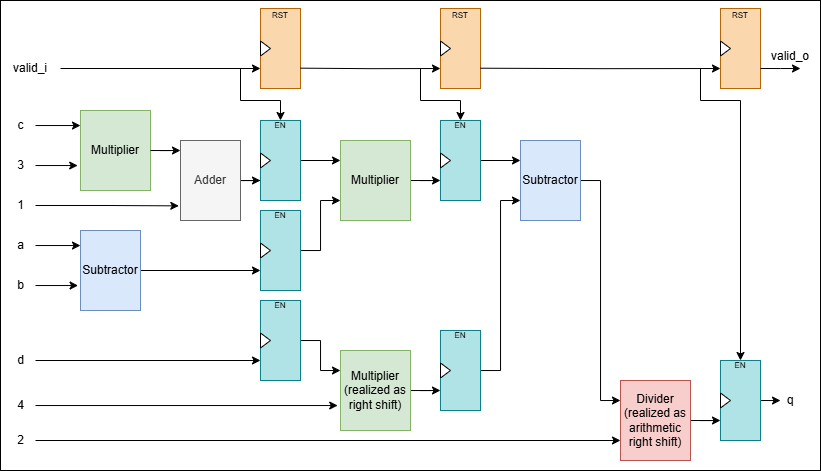
Earlier version of the draw.io export diagram/math_equation_diagram.png (olzhasnurman/math_equation). Source tidied: cells renumbered, new cells last; positions are measured from the earlier drawing's top-left corner, leaving out a move shared by most shapes. Its diagram source:
```xml
<mxGraphModel>
  <root>
    <mxCell id="0" />
    <mxCell id="1" parent="0" />
    <mxCell id="2" style="rounded=0;whiteSpace=wrap;html=1;" parent="1" vertex="1">
      <mxGeometry width="820" height="470" as="geometry" />
    </mxCell>
    <mxCell id="3" value="Multiplier" style="rounded=0;whiteSpace=wrap;html=1;fillColor=#d5e8d4;strokeColor=#82b366;" parent="1" vertex="1">
      <mxGeometry x="80" y="110" width="70" height="80" as="geometry" />
    </mxCell>
    <mxCell id="4" value="c" style="text;html=1;align=center;verticalAlign=middle;points=[];strokeColor=none;fillColor=none;" parent="1" vertex="1">
      <mxGeometry x="5" y="110" width="30" height="30" as="geometry" />
    </mxCell>
    <mxCell id="5" value="3" style="text;html=1;align=center;verticalAlign=middle;points=[];strokeColor=none;fillColor=none;" parent="1" vertex="1">
      <mxGeometry x="5" y="150" width="30" height="30" as="geometry" />
    </mxCell>
    <mxCell id="6" style="edgeStyle=orthogonalEdgeStyle;rounded=0;jettySize=auto;html=1;entryX=0;entryY=0.188;entryDx=0;entryDy=0;entryPerimeter=0;" parent="1" edge="1" source="4" target="3">
      <mxGeometry relative="1" as="geometry" />
    </mxCell>
    <mxCell id="7" style="edgeStyle=orthogonalEdgeStyle;rounded=0;jettySize=auto;html=1;entryX=-0.04;entryY=0.688;entryDx=0;entryDy=0;entryPerimeter=0;" parent="1" edge="1" source="5" target="3">
      <mxGeometry relative="1" as="geometry" />
    </mxCell>
    <mxCell id="8" style="edgeStyle=orthogonalEdgeStyle;rounded=0;jettySize=auto;html=1;entryX=0;entryY=0.75;entryDx=0;entryDy=0;" parent="1" edge="1" source="9" target="41">
      <mxGeometry relative="1" as="geometry" />
    </mxCell>
    <mxCell id="9" value="Subtractor" style="rounded=0;whiteSpace=wrap;html=1;fillColor=#dae8fc;strokeColor=#6c8ebf;" parent="1" vertex="1">
      <mxGeometry x="80" y="230" width="60" height="80" as="geometry" />
    </mxCell>
    <mxCell id="10" value="a" style="text;html=1;align=center;verticalAlign=middle;points=[];strokeColor=none;fillColor=none;" parent="1" vertex="1">
      <mxGeometry x="5" y="230" width="30" height="30" as="geometry" />
    </mxCell>
    <mxCell id="11" value="b" style="text;html=1;align=center;verticalAlign=middle;points=[];strokeColor=none;fillColor=none;" parent="1" vertex="1">
      <mxGeometry x="5" y="270" width="30" height="30" as="geometry" />
    </mxCell>
    <mxCell id="12" style="edgeStyle=orthogonalEdgeStyle;rounded=0;jettySize=auto;html=1;entryX=0;entryY=0.188;entryDx=0;entryDy=0;entryPerimeter=0;" parent="1" edge="1" source="10" target="9">
      <mxGeometry relative="1" as="geometry" />
    </mxCell>
    <mxCell id="13" style="edgeStyle=orthogonalEdgeStyle;rounded=0;jettySize=auto;html=1;entryX=-0.04;entryY=0.688;entryDx=0;entryDy=0;entryPerimeter=0;" parent="1" edge="1" source="11" target="9">
      <mxGeometry relative="1" as="geometry" />
    </mxCell>
    <mxCell id="14" style="edgeStyle=orthogonalEdgeStyle;rounded=0;jettySize=auto;html=1;entryX=0;entryY=0.75;entryDx=0;entryDy=0;" parent="1" edge="1" source="15" target="49">
      <mxGeometry relative="1" as="geometry" />
    </mxCell>
    <mxCell id="15" value="Multiplier" style="rounded=0;whiteSpace=wrap;html=1;fillColor=#d5e8d4;strokeColor=#82b366;" parent="1" vertex="1">
      <mxGeometry x="340" y="140" width="70" height="80" as="geometry" />
    </mxCell>
    <mxCell id="16" style="edgeStyle=orthogonalEdgeStyle;rounded=0;jettySize=auto;html=1;entryX=0;entryY=0.75;entryDx=0;entryDy=0;" parent="1" edge="1" source="17" target="34">
      <mxGeometry relative="1" as="geometry" />
    </mxCell>
    <mxCell id="17" value="Adder" style="rounded=0;whiteSpace=wrap;html=1;fillColor=#f5f5f5;strokeColor=#666666;fontColor=#333333;" parent="1" vertex="1">
      <mxGeometry x="180" y="140" width="60" height="80" as="geometry" />
    </mxCell>
    <mxCell id="18" value="1" style="text;html=1;align=center;verticalAlign=middle;points=[];strokeColor=none;fillColor=none;" parent="1" vertex="1">
      <mxGeometry x="5" y="190" width="30" height="30" as="geometry" />
    </mxCell>
    <mxCell id="19" style="edgeStyle=orthogonalEdgeStyle;rounded=0;jettySize=auto;html=1;entryX=-0.028;entryY=0.817;entryDx=0;entryDy=0;entryPerimeter=0;" parent="1" edge="1" source="18" target="17">
      <mxGeometry relative="1" as="geometry" />
    </mxCell>
    <mxCell id="20" style="edgeStyle=orthogonalEdgeStyle;rounded=0;jettySize=auto;html=1;entryX=0;entryY=0.125;entryDx=0;entryDy=0;entryPerimeter=0;" parent="1" edge="1" source="3" target="17">
      <mxGeometry relative="1" as="geometry" />
    </mxCell>
    <mxCell id="21" style="edgeStyle=orthogonalEdgeStyle;rounded=0;jettySize=auto;html=1;entryX=0;entryY=0.75;entryDx=0;entryDy=0;" parent="1" edge="1" source="22" target="53">
      <mxGeometry relative="1" as="geometry" />
    </mxCell>
    <mxCell id="22" value="Multiplier&lt;div&gt;(realized as&lt;/div&gt;&lt;div&gt;right shift)&lt;/div&gt;" style="rounded=0;whiteSpace=wrap;html=1;fillColor=#d5e8d4;strokeColor=#82b366;" parent="1" vertex="1">
      <mxGeometry x="340" y="350" width="70" height="80" as="geometry" />
    </mxCell>
    <mxCell id="23" style="edgeStyle=orthogonalEdgeStyle;rounded=0;jettySize=auto;html=1;entryX=0;entryY=0.75;entryDx=0;entryDy=0;" parent="1" edge="1" source="24" target="45">
      <mxGeometry relative="1" as="geometry" />
    </mxCell>
    <mxCell id="24" value="d" style="text;html=1;align=center;verticalAlign=middle;points=[];strokeColor=none;fillColor=none;" parent="1" vertex="1">
      <mxGeometry x="5" y="345" width="30" height="30" as="geometry" />
    </mxCell>
    <mxCell id="25" value="4" style="text;html=1;align=center;verticalAlign=middle;points=[];strokeColor=none;fillColor=none;" parent="1" vertex="1">
      <mxGeometry x="5" y="390" width="30" height="30" as="geometry" />
    </mxCell>
    <mxCell id="26" style="edgeStyle=orthogonalEdgeStyle;rounded=0;jettySize=auto;html=1;entryX=-0.04;entryY=0.688;entryDx=0;entryDy=0;entryPerimeter=0;" parent="1" edge="1" source="25" target="22">
      <mxGeometry relative="1" as="geometry" />
    </mxCell>
    <mxCell id="27" style="edgeStyle=orthogonalEdgeStyle;rounded=0;jettySize=auto;html=1;entryX=0;entryY=0.25;entryDx=0;entryDy=0;" parent="1" edge="1" source="28" target="30">
      <mxGeometry relative="1" as="geometry" />
    </mxCell>
    <mxCell id="28" value="Subtractor" style="rounded=0;whiteSpace=wrap;html=1;fillColor=#dae8fc;strokeColor=#6c8ebf;" parent="1" vertex="1">
      <mxGeometry x="520" y="140" width="60" height="80" as="geometry" />
    </mxCell>
    <mxCell id="29" style="edgeStyle=orthogonalEdgeStyle;rounded=0;jettySize=auto;html=1;entryX=0;entryY=0.75;entryDx=0;entryDy=0;" parent="1" edge="1" source="30" target="63">
      <mxGeometry relative="1" as="geometry" />
    </mxCell>
    <mxCell id="30" value="&lt;div&gt;Divider&lt;/div&gt;&lt;div&gt;(realized as&lt;/div&gt;&lt;div&gt;arithmetic&lt;/div&gt;&lt;div&gt;right shift)&lt;/div&gt;" style="rounded=0;whiteSpace=wrap;html=1;fillColor=#f8cecc;strokeColor=#b85450;" parent="1" vertex="1">
      <mxGeometry x="620" y="380" width="70" height="80" as="geometry" />
    </mxCell>
    <mxCell id="31" style="edgeStyle=orthogonalEdgeStyle;rounded=0;jettySize=auto;html=1;entryX=0;entryY=0.75;entryDx=0;entryDy=0;" parent="1" edge="1" source="32" target="30">
      <mxGeometry relative="1" as="geometry" />
    </mxCell>
    <mxCell id="32" value="2" style="text;html=1;align=center;verticalAlign=middle;points=[];strokeColor=none;fillColor=none;" parent="1" vertex="1">
      <mxGeometry x="5" y="425" width="30" height="30" as="geometry" />
    </mxCell>
    <mxCell id="33" style="edgeStyle=orthogonalEdgeStyle;rounded=0;jettySize=auto;html=1;entryX=0;entryY=0.25;entryDx=0;entryDy=0;" parent="1" edge="1" source="34" target="15">
      <mxGeometry relative="1" as="geometry" />
    </mxCell>
    <mxCell id="34" style="rounded=0;whiteSpace=wrap;html=1;fillColor=#b0e3e6;strokeColor=#0e8088;" parent="1" vertex="1">
      <mxGeometry x="260" y="120" width="40" height="80" as="geometry" />
    </mxCell>
    <mxCell id="35" style="triangle;whiteSpace=wrap;html=1;" parent="1" vertex="1">
      <mxGeometry x="260" y="152.5" width="10" height="15" as="geometry" />
    </mxCell>
    <mxCell id="36" value="&lt;font&gt;EN&lt;/font&gt;" style="text;html=1;align=center;verticalAlign=middle;whiteSpace=wrap;rounded=0;fontSize=8;" parent="1" vertex="1">
      <mxGeometry x="250" y="110" width="60" height="30" as="geometry" />
    </mxCell>
    <mxCell id="37" style="rounded=0;whiteSpace=wrap;html=1;fillColor=#fad7ac;strokeColor=#b46504;" parent="1" vertex="1">
      <mxGeometry x="260" y="8" width="40" height="80" as="geometry" />
    </mxCell>
    <mxCell id="38" style="triangle;whiteSpace=wrap;html=1;" parent="1" vertex="1">
      <mxGeometry x="260" y="40.5" width="10" height="15" as="geometry" />
    </mxCell>
    <mxCell id="39" value="&lt;font&gt;RST&lt;/font&gt;" style="text;html=1;align=center;verticalAlign=middle;whiteSpace=wrap;rounded=0;fontSize=8;" parent="1" vertex="1">
      <mxGeometry x="250" width="60" height="30" as="geometry" />
    </mxCell>
    <mxCell id="40" style="edgeStyle=orthogonalEdgeStyle;rounded=0;jettySize=auto;html=1;entryX=0;entryY=0.75;entryDx=0;entryDy=0;" parent="1" edge="1" source="41" target="15">
      <mxGeometry relative="1" as="geometry" />
    </mxCell>
    <mxCell id="41" style="rounded=0;whiteSpace=wrap;html=1;fillColor=#b0e3e6;strokeColor=#0e8088;" parent="1" vertex="1">
      <mxGeometry x="260" y="210" width="40" height="80" as="geometry" />
    </mxCell>
    <mxCell id="42" style="triangle;whiteSpace=wrap;html=1;" parent="1" vertex="1">
      <mxGeometry x="260" y="242.5" width="10" height="15" as="geometry" />
    </mxCell>
    <mxCell id="43" value="&lt;font&gt;EN&lt;/font&gt;" style="text;html=1;align=center;verticalAlign=middle;whiteSpace=wrap;rounded=0;fontSize=8;" parent="1" vertex="1">
      <mxGeometry x="250" y="200" width="60" height="30" as="geometry" />
    </mxCell>
    <mxCell id="44" style="edgeStyle=orthogonalEdgeStyle;rounded=0;jettySize=auto;html=1;entryX=0;entryY=0.25;entryDx=0;entryDy=0;" parent="1" edge="1" source="45" target="22">
      <mxGeometry relative="1" as="geometry" />
    </mxCell>
    <mxCell id="45" style="rounded=0;whiteSpace=wrap;html=1;fillColor=#b0e3e6;strokeColor=#0e8088;" parent="1" vertex="1">
      <mxGeometry x="260" y="300" width="40" height="80" as="geometry" />
    </mxCell>
    <mxCell id="46" style="triangle;whiteSpace=wrap;html=1;" parent="1" vertex="1">
      <mxGeometry x="260" y="332.5" width="10" height="15" as="geometry" />
    </mxCell>
    <mxCell id="47" value="&lt;font&gt;EN&lt;/font&gt;" style="text;html=1;align=center;verticalAlign=middle;whiteSpace=wrap;rounded=0;fontSize=8;" parent="1" vertex="1">
      <mxGeometry x="250" y="290" width="60" height="30" as="geometry" />
    </mxCell>
    <mxCell id="48" style="edgeStyle=orthogonalEdgeStyle;rounded=0;jettySize=auto;html=1;entryX=0;entryY=0.25;entryDx=0;entryDy=0;" parent="1" edge="1" source="49" target="28">
      <mxGeometry relative="1" as="geometry" />
    </mxCell>
    <mxCell id="49" style="rounded=0;whiteSpace=wrap;html=1;fillColor=#b0e3e6;strokeColor=#0e8088;" parent="1" vertex="1">
      <mxGeometry x="440" y="120" width="40" height="80" as="geometry" />
    </mxCell>
    <mxCell id="50" style="triangle;whiteSpace=wrap;html=1;" parent="1" vertex="1">
      <mxGeometry x="440" y="152.5" width="10" height="15" as="geometry" />
    </mxCell>
    <mxCell id="51" value="&lt;font&gt;EN&lt;/font&gt;" style="text;html=1;align=center;verticalAlign=middle;whiteSpace=wrap;rounded=0;fontSize=8;" parent="1" vertex="1">
      <mxGeometry x="430" y="110" width="60" height="30" as="geometry" />
    </mxCell>
    <mxCell id="52" style="edgeStyle=orthogonalEdgeStyle;rounded=0;jettySize=auto;html=1;entryX=0;entryY=0.75;entryDx=0;entryDy=0;" parent="1" edge="1" source="53" target="28">
      <mxGeometry relative="1" as="geometry" />
    </mxCell>
    <mxCell id="53" style="rounded=0;whiteSpace=wrap;html=1;fillColor=#b0e3e6;strokeColor=#0e8088;" parent="1" vertex="1">
      <mxGeometry x="440" y="330" width="40" height="80" as="geometry" />
    </mxCell>
    <mxCell id="54" style="triangle;whiteSpace=wrap;html=1;" parent="1" vertex="1">
      <mxGeometry x="440" y="362.5" width="10" height="15" as="geometry" />
    </mxCell>
    <mxCell id="55" value="&lt;font&gt;EN&lt;/font&gt;" style="text;html=1;align=center;verticalAlign=middle;whiteSpace=wrap;rounded=0;fontSize=8;" parent="1" vertex="1">
      <mxGeometry x="430" y="320" width="60" height="30" as="geometry" />
    </mxCell>
    <mxCell id="56" style="rounded=0;whiteSpace=wrap;html=1;fillColor=#fad7ac;strokeColor=#b46504;" parent="1" vertex="1">
      <mxGeometry x="440" y="8" width="40" height="80" as="geometry" />
    </mxCell>
    <mxCell id="57" style="triangle;whiteSpace=wrap;html=1;" parent="1" vertex="1">
      <mxGeometry x="440" y="40.5" width="10" height="15" as="geometry" />
    </mxCell>
    <mxCell id="58" value="&lt;font&gt;RST&lt;/font&gt;" style="text;html=1;align=center;verticalAlign=middle;whiteSpace=wrap;rounded=0;fontSize=8;" parent="1" vertex="1">
      <mxGeometry x="430" width="60" height="30" as="geometry" />
    </mxCell>
    <mxCell id="59" style="rounded=0;whiteSpace=wrap;html=1;fillColor=#fad7ac;strokeColor=#b46504;" parent="1" vertex="1">
      <mxGeometry x="720" y="8" width="40" height="80" as="geometry" />
    </mxCell>
    <mxCell id="60" style="triangle;whiteSpace=wrap;html=1;" parent="1" vertex="1">
      <mxGeometry x="720" y="40.5" width="10" height="15" as="geometry" />
    </mxCell>
    <mxCell id="61" value="&lt;font&gt;RST&lt;/font&gt;" style="text;html=1;align=center;verticalAlign=middle;whiteSpace=wrap;rounded=0;fontSize=8;" parent="1" vertex="1">
      <mxGeometry x="710" width="60" height="30" as="geometry" />
    </mxCell>
    <mxCell id="62" style="edgeStyle=orthogonalEdgeStyle;rounded=0;jettySize=auto;html=1;" parent="1" edge="1" source="63">
      <mxGeometry relative="1" as="geometry">
        <mxPoint x="780" y="400" as="targetPoint" />
      </mxGeometry>
    </mxCell>
    <mxCell id="63" style="rounded=0;whiteSpace=wrap;html=1;fillColor=#b0e3e6;strokeColor=#0e8088;" parent="1" vertex="1">
      <mxGeometry x="720" y="360" width="40" height="80" as="geometry" />
    </mxCell>
    <mxCell id="64" style="triangle;whiteSpace=wrap;html=1;" parent="1" vertex="1">
      <mxGeometry x="720" y="392.5" width="10" height="15" as="geometry" />
    </mxCell>
    <mxCell id="65" value="&lt;font&gt;EN&lt;/font&gt;" style="text;html=1;align=center;verticalAlign=middle;whiteSpace=wrap;rounded=0;fontSize=8;" parent="1" vertex="1">
      <mxGeometry x="710" y="350" width="60" height="30" as="geometry" />
    </mxCell>
    <mxCell id="66" value="q" style="text;html=1;align=center;verticalAlign=middle;whiteSpace=wrap;rounded=0;" parent="1" vertex="1">
      <mxGeometry x="760" y="385" width="60" height="30" as="geometry" />
    </mxCell>
    <mxCell id="67" style="edgeStyle=orthogonalEdgeStyle;rounded=0;jettySize=auto;html=1;entryX=0;entryY=0.75;entryDx=0;entryDy=0;" parent="1" edge="1" source="68" target="37">
      <mxGeometry relative="1" as="geometry" />
    </mxCell>
    <mxCell id="68" value="valid_i" style="text;html=1;align=center;verticalAlign=middle;whiteSpace=wrap;rounded=0;" parent="1" vertex="1">
      <mxGeometry y="53" width="60" height="30" as="geometry" />
    </mxCell>
    <mxCell id="69" style="edgeStyle=orthogonalEdgeStyle;rounded=0;jettySize=auto;html=1;entryX=0;entryY=0.75;entryDx=0;entryDy=0;" parent="1" edge="1" target="56">
      <mxGeometry relative="1" as="geometry">
        <mxPoint x="300" y="67.7" as="sourcePoint" />
      </mxGeometry>
    </mxCell>
    <mxCell id="70" style="edgeStyle=orthogonalEdgeStyle;rounded=0;jettySize=auto;html=1;entryX=0;entryY=0.75;entryDx=0;entryDy=0;" parent="1" edge="1" target="59">
      <mxGeometry relative="1" as="geometry">
        <mxPoint x="480" y="67.7" as="sourcePoint" />
      </mxGeometry>
    </mxCell>
    <mxCell id="71" style="endArrow=classic;html=1;rounded=0;" parent="1" edge="1">
      <mxGeometry relative="1" as="geometry">
        <mxPoint x="240" y="68" as="sourcePoint" />
        <mxPoint x="280" y="120" as="targetPoint" />
        <Array as="points">
          <mxPoint x="240" y="100" />
          <mxPoint x="280" y="100" />
        </Array>
      </mxGeometry>
    </mxCell>
    <mxCell id="72" style="endArrow=classic;html=1;rounded=0;" parent="1" edge="1">
      <mxGeometry relative="1" as="geometry">
        <mxPoint x="420" y="68" as="sourcePoint" />
        <mxPoint x="460" y="120" as="targetPoint" />
        <Array as="points">
          <mxPoint x="420" y="100" />
          <mxPoint x="460" y="100" />
        </Array>
      </mxGeometry>
    </mxCell>
    <mxCell id="73" style="endArrow=classic;html=1;rounded=0;" parent="1" edge="1" target="63">
      <mxGeometry relative="1" as="geometry">
        <mxPoint x="700" y="68" as="sourcePoint" />
        <Array as="points">
          <mxPoint x="700" y="100" />
          <mxPoint x="740" y="100" />
        </Array>
      </mxGeometry>
    </mxCell>
    <mxCell id="74" style="edgeStyle=orthogonalEdgeStyle;rounded=0;orthogonalLoop=1;jettySize=auto;html=1;entryX=0;entryY=0.75;entryDx=0;entryDy=0;" parent="1" edge="1">
      <mxGeometry relative="1" as="geometry">
        <mxPoint x="760" y="68" as="sourcePoint" />
        <mxPoint x="800" y="68" as="targetPoint" />
        <Array as="points">
          <mxPoint x="780" y="68" />
          <mxPoint x="780" y="68" />
        </Array>
      </mxGeometry>
    </mxCell>
    <mxCell id="75" value="valid_o" style="text;html=1;align=center;verticalAlign=middle;whiteSpace=wrap;rounded=0;" parent="1" vertex="1">
      <mxGeometry x="760" y="40.5" width="60" height="30" as="geometry" />
    </mxCell>
  </root>
</mxGraphModel>
```
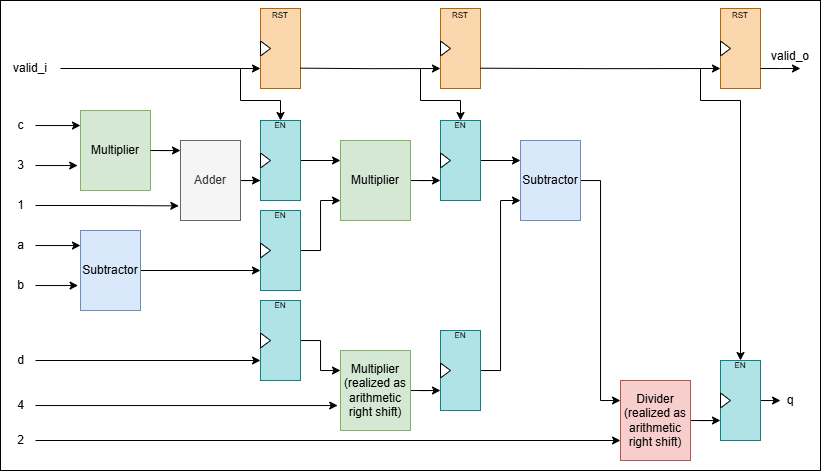
The same file after the commit.

The edit, as a diff of the source:
```diff
@@ -62,7 +62,7 @@
     <mxCell id="21" style="edgeStyle=orthogonalEdgeStyle;rounded=0;jettySize=auto;html=1;entryX=0;entryY=0.75;entryDx=0;entryDy=0;" parent="1" edge="1" source="22" target="53">
       <mxGeometry relative="1" as="geometry" />
     </mxCell>
-    <mxCell id="22" value="Multiplier&lt;div&gt;(realized as&lt;/div&gt;&lt;div&gt;right shift)&lt;/div&gt;" style="rounded=0;whiteSpace=wrap;html=1;fillColor=#d5e8d4;strokeColor=#82b366;" parent="1" vertex="1">
+    <mxCell id="22" value="Multiplier&lt;div&gt;(realized as&lt;/div&gt;&lt;div&gt;arithmetic&lt;/div&gt;&lt;div&gt;right shift)&lt;/div&gt;" style="rounded=0;whiteSpace=wrap;html=1;fillColor=#d5e8d4;strokeColor=#82b366;" parent="1" vertex="1">
       <mxGeometry x="340" y="350" width="70" height="80" as="geometry" />
     </mxCell>
     <mxCell id="23" style="edgeStyle=orthogonalEdgeStyle;rounded=0;jettySize=auto;html=1;entryX=0;entryY=0.75;entryDx=0;entryDy=0;" parent="1" edge="1" source="24" target="45">
```
